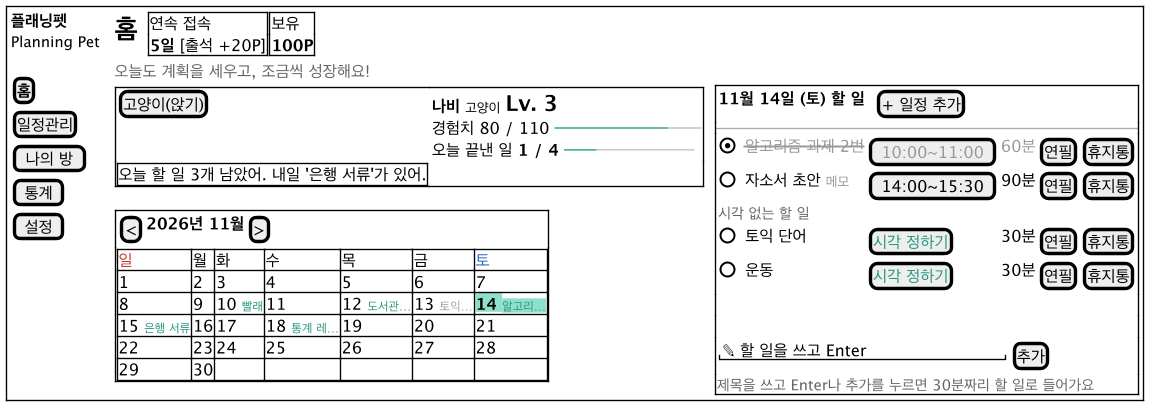
Before: docs/diagrams/ui-main.png, a diagram exported from PlantUML (2026-2-software-system-design-11/planning-pet-app).
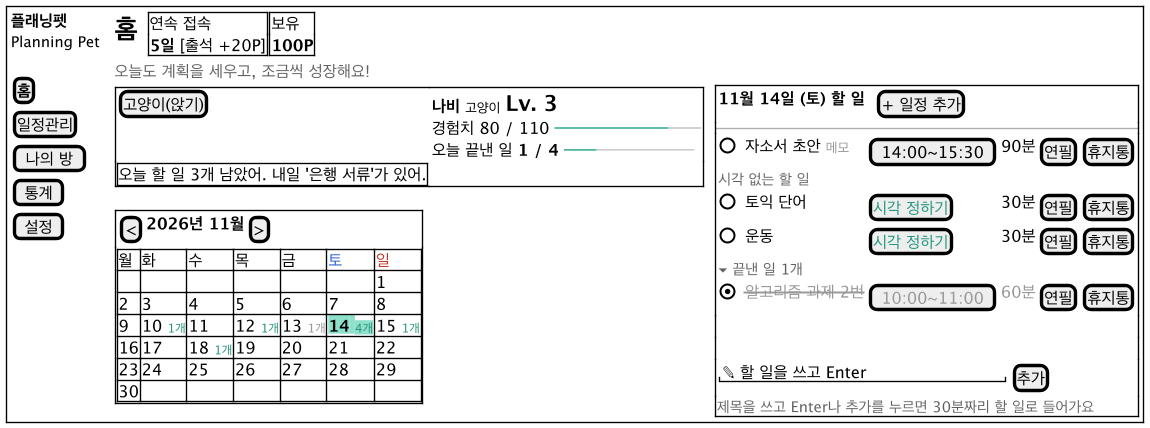
The same file after the commit.

The edit, as a diff of the source:
```diff
@@ -29,12 +29,13 @@
           {+
             { [<] | <b>2026년 11월</b> | [>] }
             {#
-              <color:#C0392B>일 | 월 | 화 | 수 | 목 | 금 | <color:#2E64C8>토
-              1  | 2  | 3  | 4  | 5  | 6  | 7
-              8  | 9  | 10 <size:9><color:#28977F>빨래</color></size> | 11 | 12 <size:9><color:#28977F>도서관…</color></size> | 13 <size:9><color:#999999>토익…</color></size> | <back:#8FE0CA><b>14</b> <size:9><color:#28977F>알고리…</color></size></back>
-              15 <size:9><color:#28977F>은행 서류</color></size> | 16 | 17 | 18 <size:9><color:#28977F>통계 레…</color></size> | 19 | 20 | 21
-              22 | 23 | 24 | 25 | 26 | 27 | 28
-              29 | 30 | .  | .  | .  | .  | .
+              월 | 화 | 수 | 목 | 금 | <color:#2E64C8>토 | <color:#C0392B>일
+              .  | .  | .  | .  | .  | .  | 1
+              2  | 3  | 4  | 5  | 6  | 7  | 8
+              9  | 10 <size:9><color:#28977F>1개</color></size> | 11 | 12 <size:9><color:#28977F>1개</color></size> | 13 <size:9><color:#999999>1개</color></size> | <back:#8FE0CA><b>14</b> <size:9><color:#28977F>4개</color></size></back> | 15 <size:9><color:#28977F>1개</color></size>
+              16 | 17 | 18 <size:9><color:#28977F>1개</color></size> | 19 | 20 | 21 | 22
+              23 | 24 | 25 | 26 | 27 | 28 | 29
+              30 | .  | .  | .  | .  | .  | .
             }
           }
         } | . |
@@ -42,11 +43,12 @@
           { <b>11월 14일 (토) 할 일</b> | . | [+ 일정 추가] }
           --
           {
-            (X) <color:#999999><s>알고리즘 과제 2번</s></color> | [<color:#999999>10:00~11:00</color>] | <color:#999999>60분</color> | [연필] | [휴지통]
             ( ) 자소서 초안 <size:10><color:#999999>메모</color></size> | [14:00~15:30] | 90분 | [연필] | [휴지통]
             <size:11><color:#666666>시각 없는 할 일</color></size> | . | . | . | .
             ( ) 토익 단어 | [<color:#28977F>시각 정하기</color>] | 30분 | [연필] | [휴지통]
             ( ) 운동 | [<color:#28977F>시각 정하기</color>] | 30분 | [연필] | [휴지통]
+            <size:11><color:#666666>▾ 끝낸 일 1개</color></size> | . | . | . | .
+            (X) <color:#999999><s>알고리즘 과제 2번</s></color> | [<color:#999999>10:00~11:00</color>] | <color:#999999>60분</color> | [연필] | [휴지통]
           }
           .
           .
```
